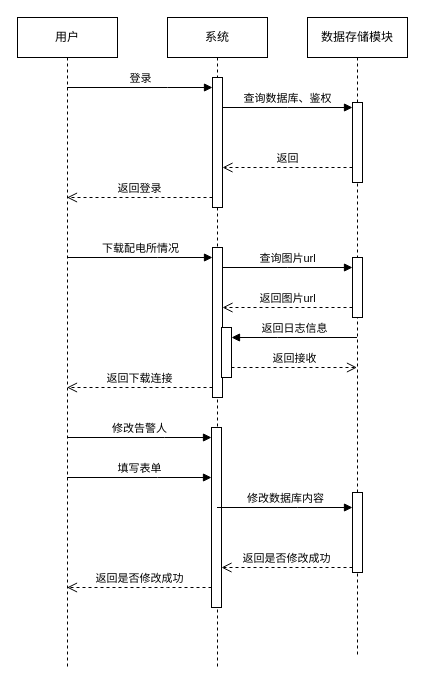
The draw.io diagram Draw.io/本科毕业设计/顺序图_用户操作.drawio in Arete-FFF/PicGo, before the edit. Source tidied: cells renumbered, new cells numbered last; positions are measured from the earlier drawing's top-left corner, leaving out a move shared by most shapes. Both pictures are drawn from the tidied source at 100%, with x=0, y=0 at pixel (17, 17).
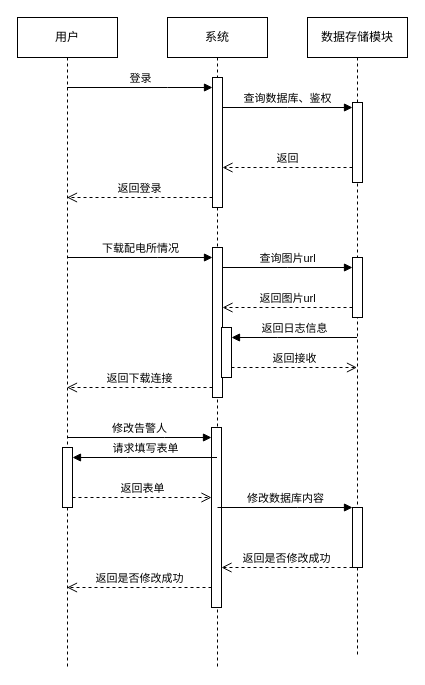
After the change.

Commit message:
更新顺序图_用户操作.drawio

The change refers to these unchanged cells:
```xml
<mxCell id="2" value="用户" style="shape=umlLifeline;perimeter=lifelinePerimeter;whiteSpace=wrap;html=1;outlineConnect=0;portConstraint=eastwest;newEdgeStyle={&quot;edgeStyle&quot;:&quot;elbowEdgeStyle&quot;,&quot;elbow&quot;:&quot;vertical&quot;,&quot;curved&quot;:0,&quot;rounded&quot;:0};" parent="1" vertex="1">
  <mxGeometry width="100" height="650" as="geometry" />
</mxCell>
<mxCell id="3" value="系统" style="shape=umlLifeline;perimeter=lifelinePerimeter;whiteSpace=wrap;html=1;outlineConnect=0;portConstraint=eastwest;newEdgeStyle={&quot;edgeStyle&quot;:&quot;elbowEdgeStyle&quot;,&quot;elbow&quot;:&quot;vertical&quot;,&quot;curved&quot;:0,&quot;rounded&quot;:0};" parent="1" vertex="1">
  <mxGeometry x="150" width="100" height="650" as="geometry" />
</mxCell>
<mxCell id="7" style="html=1;points=[];perimeter=orthogonalPerimeter;outlineConnect=0;targetShapes=umlLifeline;portConstraint=eastwest;newEdgeStyle={&quot;edgeStyle&quot;:&quot;elbowEdgeStyle&quot;,&quot;elbow&quot;:&quot;vertical&quot;,&quot;curved&quot;:0,&quot;rounded&quot;:0};" parent="3" vertex="1">
  <mxGeometry x="44" y="410" width="10" height="180" as="geometry" />
</mxCell>
<mxCell id="8" value="数据存储模块" style="shape=umlLifeline;perimeter=lifelinePerimeter;whiteSpace=wrap;html=1;outlineConnect=0;portConstraint=eastwest;newEdgeStyle={&quot;edgeStyle&quot;:&quot;elbowEdgeStyle&quot;,&quot;elbow&quot;:&quot;vertical&quot;,&quot;curved&quot;:0,&quot;rounded&quot;:0};" parent="1" vertex="1">
  <mxGeometry x="290" width="100" height="640" as="geometry" />
</mxCell>
```

What changed in the source:
```diff
@@
+    <mxCell id="27" style="html=1;points=[];perimeter=orthogonalPerimeter;outlineConnect=0;targetShapes=umlLifeline;portConstraint=eastwest;newEdgeStyle={&quot;edgeStyle&quot;:&quot;elbowEdgeStyle&quot;,&quot;elbow&quot;:&quot;vertical&quot;,&quot;curved&quot;:0,&quot;rounded&quot;:0};" parent="2" vertex="1">
+      <mxGeometry x="45" y="430" width="10" height="60" as="geometry" />
+    </mxCell>
@@
     <mxCell id="11" style="html=1;points=[];perimeter=orthogonalPerimeter;outlineConnect=0;targetShapes=umlLifeline;portConstraint=eastwest;newEdgeStyle={&quot;edgeStyle&quot;:&quot;elbowEdgeStyle&quot;,&quot;elbow&quot;:&quot;vertical&quot;,&quot;curved&quot;:0,&quot;rounded&quot;:0};" parent="8" vertex="1">
-      <mxGeometry x="45" y="475" width="10" height="80" as="geometry" />
+      <mxGeometry x="45" y="490" width="10" height="60" as="geometry" />
     </mxCell>
@@
-    <mxCell id="24" value="填写表单" style="html=1;verticalAlign=bottom;endArrow=block;edgeStyle=elbowEdgeStyle;elbow=vertical;curved=0;rounded=0;" parent="1" edge="1" source="2" target="7">
-      <mxGeometry relative="1" as="geometry">
-        <Array as="points">
-          <mxPoint x="140" y="460" />
-        </Array>
-      </mxGeometry>
-    </mxCell>
-    <mxCell id="25" value="修改数据库内容" style="html=1;verticalAlign=bottom;endArrow=block;edgeStyle=elbowEdgeStyle;elbow=vertical;curved=0;rounded=0;" parent="1" edge="1" source="3" target="11">
+    <mxCell id="25" value="修改数据库内容" style="html=1;verticalAlign=bottom;endArrow=block;edgeStyle=elbowEdgeStyle;elbow=vertical;curved=0;rounded=0;" parent="1" edge="1" target="11">
       <mxGeometry relative="1" as="geometry">
+        <mxPoint x="200" y="490" as="sourcePoint" />
         <Array as="points">
           <mxPoint x="280" y="490" />
         </Array>
       </mxGeometry>
     </mxCell>
@@
+    <mxCell id="28" value="请求填写表单" style="html=1;verticalAlign=bottom;endArrow=block;edgeStyle=elbowEdgeStyle;elbow=vertical;curved=0;rounded=0;" parent="1" edge="1" source="3" target="27">
+      <mxGeometry relative="1" as="geometry">
+        <Array as="points">
+          <mxPoint x="110" y="440" />
+        </Array>
+      </mxGeometry>
+    </mxCell>
+    <mxCell id="29" value="返回表单" style="html=1;verticalAlign=bottom;endArrow=open;dashed=1;endSize=8;edgeStyle=elbowEdgeStyle;elbow=vertical;curved=0;rounded=0;" parent="1" edge="1" source="27" target="7">
+      <mxGeometry relative="1" as="geometry">
+        <Array as="points">
+          <mxPoint x="130" y="480" />
+        </Array>
+      </mxGeometry>
+    </mxCell>
```
